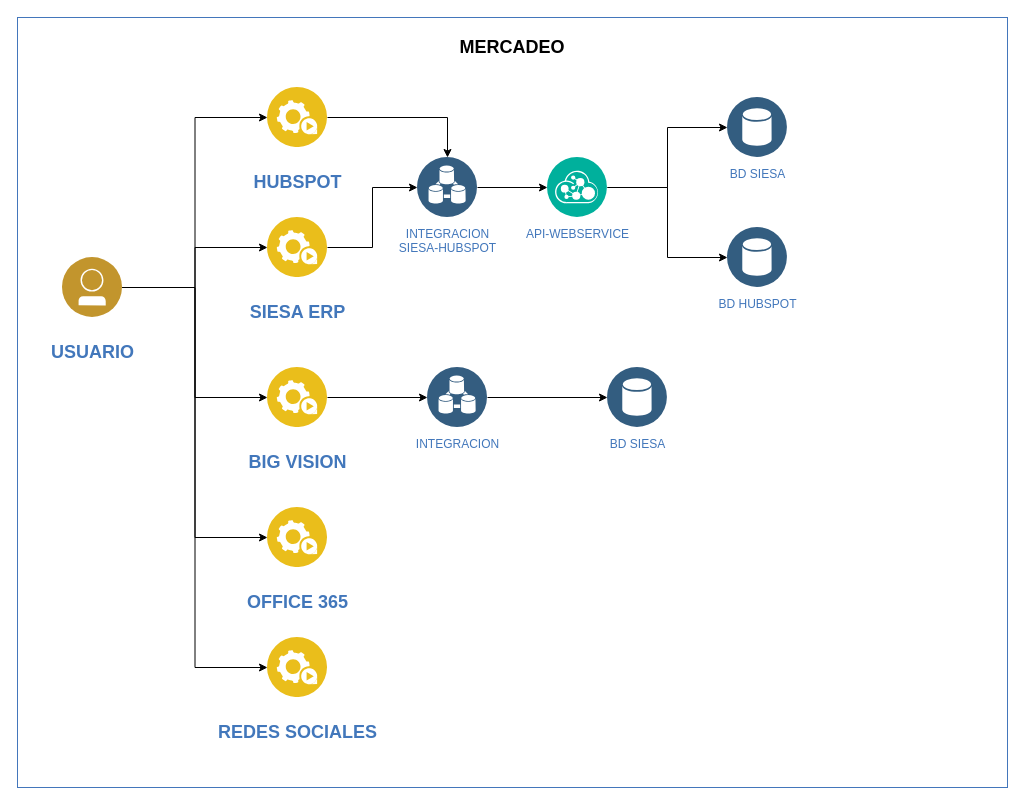
Before: DiagramaMercadeo.drawio in MJRV91/Diagramas, a draw.io diagram. Source tidied: cells renumbered, new cells numbered last; positions are measured from the earlier drawing's top-left corner, leaving out a move shared by most shapes. Both pictures are drawn from the tidied source at 100%, with x=0, y=0 at pixel (17, 17). Pictures stored in the file or linked from it are replaced by grey dashed boxes.
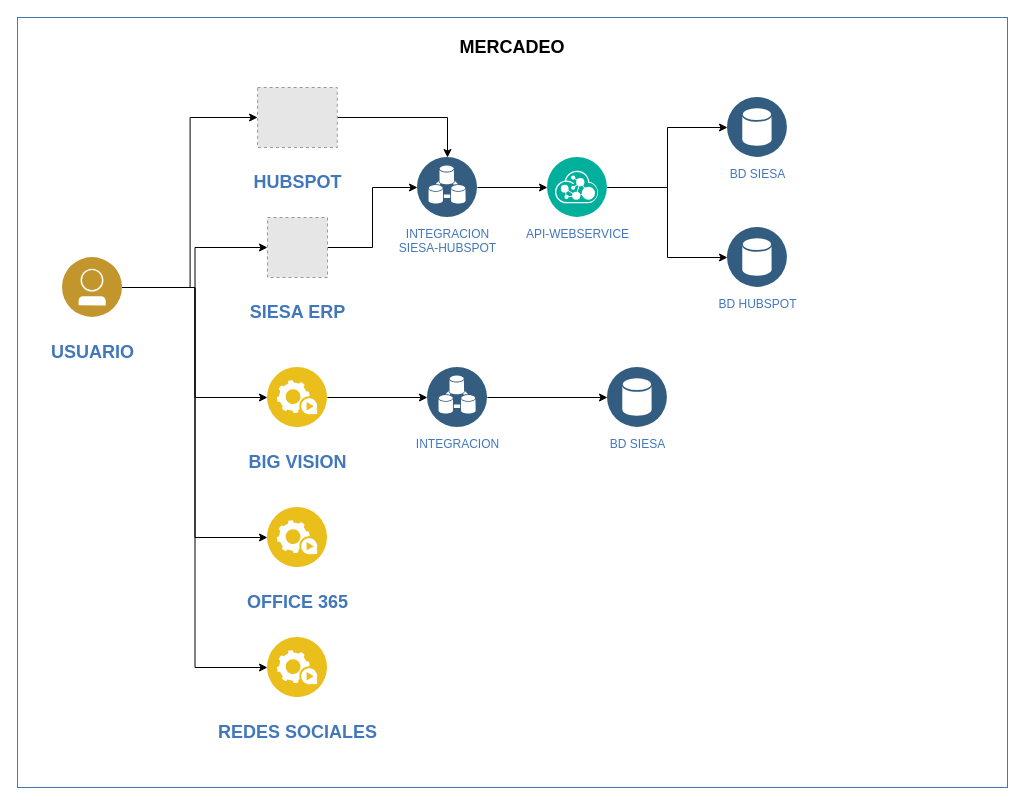
Above is the later version.

The change refers to these unchanged cells:
```xml
<mxCell id="2" value="&lt;h2&gt;MERCADEO&lt;/h2&gt;" style="fontStyle=0;verticalAlign=top;align=center;spacingTop=-2;fillColor=none;rounded=0;whiteSpace=wrap;html=1;strokeColor=#4376BB;strokeWidth=1;dashed=0;" parent="1" vertex="1">
  <mxGeometry width="990" height="770" as="geometry" />
</mxCell>
```

What changed in the source:
```diff
@@
-    <mxCell id="9" value="&lt;h2&gt;HUBSPOT&lt;/h2&gt;" style="image;perimeter=ellipsePerimeter;html=1;align=center;shadow=0;dashed=0;fontColor=#4277BB;labelBackgroundColor=default;fontSize=12;spacingTop=3;image=img/lib/ibm/applications/automation_tools.svg;" parent="2" vertex="1">
-      <mxGeometry x="250" y="70" width="60" height="60" as="geometry" />
+    <mxCell id="9" value="&lt;h2&gt;HUBSPOT&lt;/h2&gt;" style="fillColor=#E6E6E6;strokeColor=#999999;dashed=1;verticalLabelPosition=bottom;verticalAlign=top;html=1;align=center;fontColor=#4277BB;labelBackgroundColor=default;fontSize=12;spacingTop=3;" parent="2" vertex="1">
+      <mxGeometry x="240.1" y="70" width="79.7" height="60" as="geometry" />
     </mxCell>
@@
-    <mxCell id="11" value="&lt;h2&gt;SIESA ERP&lt;/h2&gt;" style="image;perimeter=ellipsePerimeter;html=1;align=center;shadow=0;dashed=0;fontColor=#4277BB;labelBackgroundColor=default;fontSize=12;spacingTop=3;image=img/lib/ibm/applications/automation_tools.svg;" parent="2" vertex="1">
+    <mxCell id="11" value="&lt;h2&gt;SIESA ERP&lt;/h2&gt;" style="fillColor=#E6E6E6;strokeColor=#999999;dashed=1;verticalLabelPosition=bottom;verticalAlign=top;html=1;align=center;fontColor=#4277BB;labelBackgroundColor=default;fontSize=12;spacingTop=3;" parent="2" vertex="1">
       <mxGeometry x="250" y="200" width="60" height="60" as="geometry" />
     </mxCell>
```
